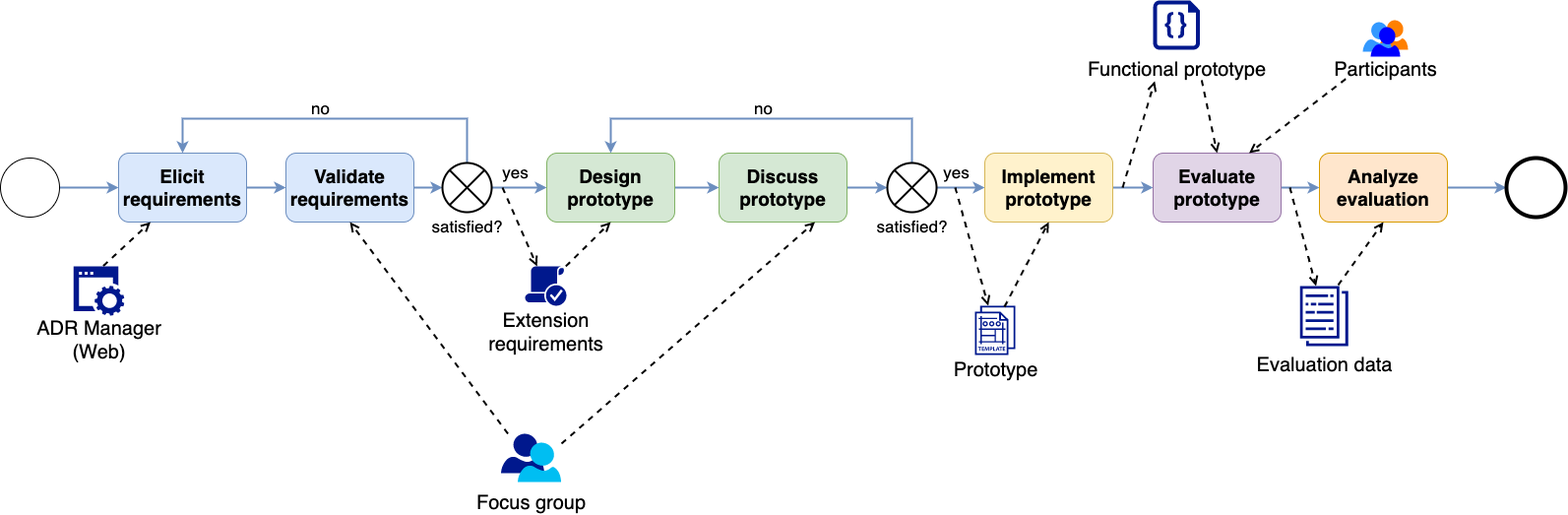
Earlier version of the draw.io export docs/images/Study Process.png (adr/vscode-adr-manager). Source tidied: cells renumbered, new cells last; positions are measured from the earlier drawing's top-left corner, leaving out a move shared by most shapes.
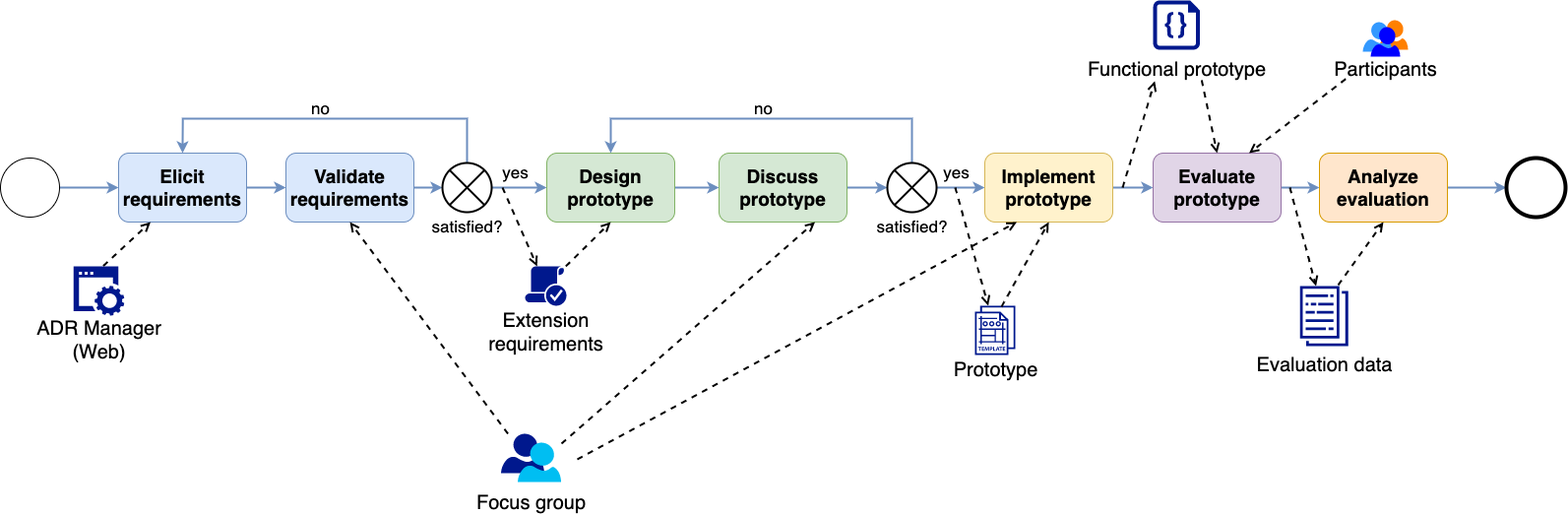
After the commit.

Commit message:
Updated study process diagram

Change to the diagram source:
```diff
@@ -155,7 +155,7 @@
     </mxCell>
     <mxCell id="47" style="endArrow=open;html=1;rounded=0;dashed=1;fontSize=20;strokeWidth=2;entryX=0.5;entryY=1;entryDx=0;entryDy=0;endFill=0;" parent="1" edge="1" target="19">
       <mxGeometry relative="1" as="geometry">
-        <mxPoint x="1020" y="311" as="sourcePoint" />
+        <mxPoint x="1017" y="311" as="sourcePoint" />
       </mxGeometry>
     </mxCell>
     <mxCell id="48" value="&lt;font style=&quot;font-size: 20px;&quot;&gt;&lt;span style=&quot;font-weight: 400;&quot;&gt;Evaluation data&lt;/span&gt;&lt;br&gt;&lt;/font&gt;" style="text;html=1;align=center;verticalAlign=middle;strokeColor=none;fillColor=none;fontSize=14;fontStyle=1;" parent="1" vertex="1">
@@ -209,5 +209,10 @@
     <mxCell id="62" value="&lt;font style=&quot;font-size: 20px;&quot;&gt;&lt;span style=&quot;font-weight: 400;&quot;&gt;Prototype&lt;/span&gt;&lt;br&gt;&lt;/font&gt;" style="text;html=1;align=center;verticalAlign=middle;strokeColor=none;fillColor=none;fontSize=14;fontStyle=1;" parent="1" vertex="1">
       <mxGeometry x="960.5" y="365" width="100" height="20" as="geometry" />
     </mxCell>
+    <mxCell id="63" style="endArrow=open;html=1;rounded=0;strokeWidth=2;endFill=0;dashed=1;entryX=0.25;entryY=1;entryDx=0;entryDy=0;" parent="1" edge="1" target="19">
+      <mxGeometry relative="1" as="geometry">
+        <mxPoint x="586" y="466" as="sourcePoint" />
+      </mxGeometry>
+    </mxCell>
   </root>
 </mxGraphModel>
```
